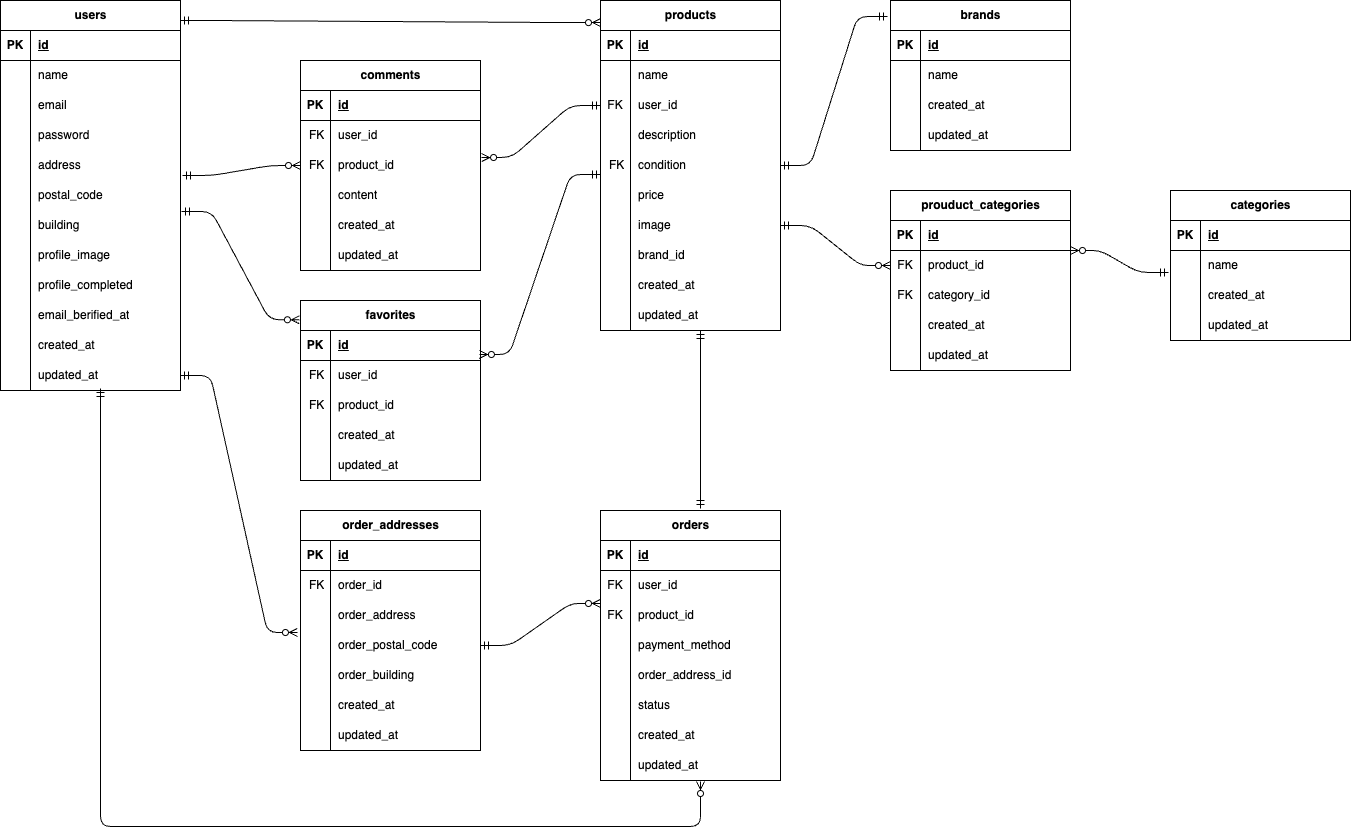
Earlier version of the draw.io export src/public/er-diagram.png (yurikoUe/mock-furima). Source tidied: cells renumbered, new cells last; positions are measured from the earlier drawing's top-left corner, leaving out a move shared by most shapes.
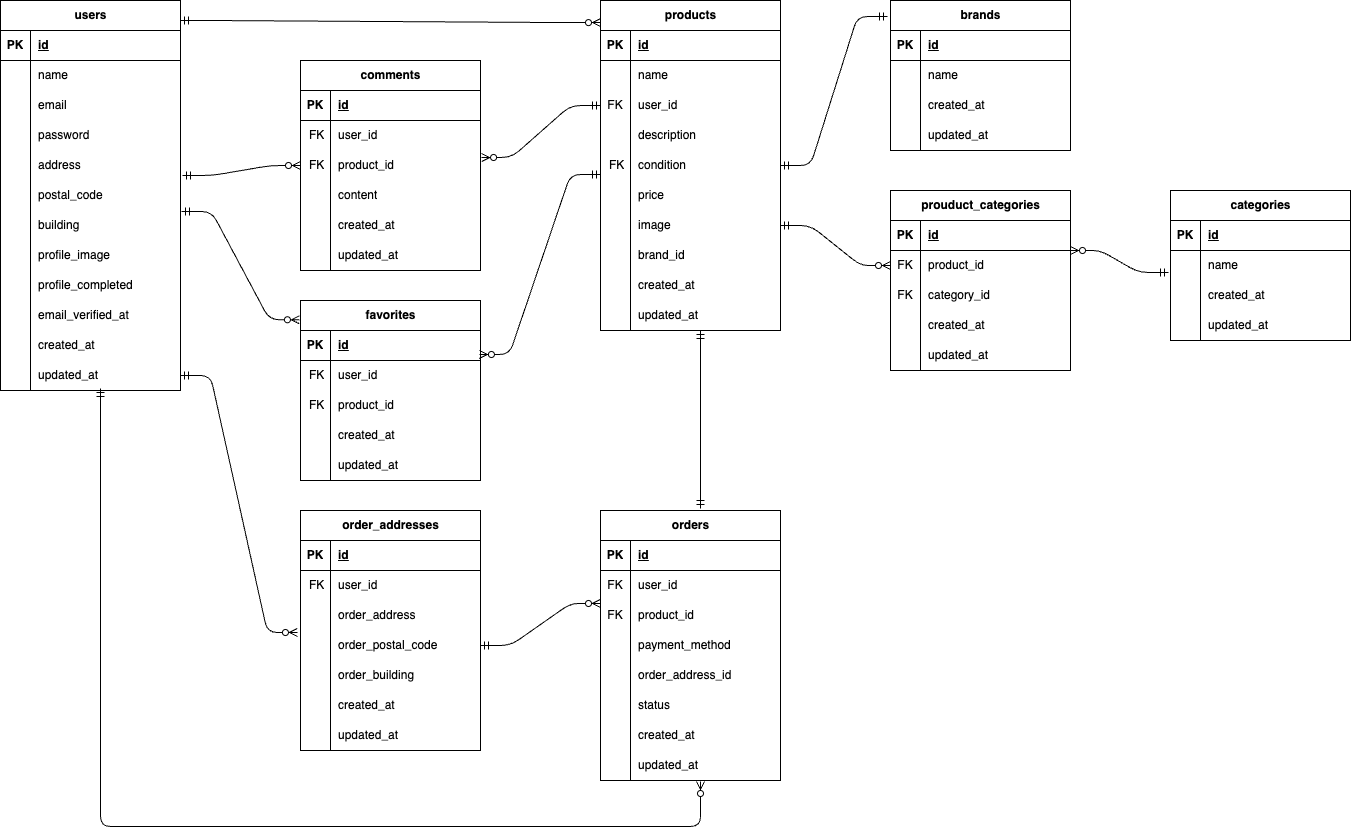
After the commit.

Commit message:
ER図修正、送付先住所変更時のバグを修正

What changed in the source:
```diff
@@ -92,7 +92,7 @@
     <mxCell id="31" style="shape=partialRectangle;fillColor=none;top=0;left=0;bottom=0;right=0;overflow=hidden;whiteSpace=wrap;html=1;fontColor=#000000;" parent="30" vertex="1">
       <mxGeometry width="30" height="30" as="geometry" />
     </mxCell>
-    <mxCell id="32" value="&lt;font style=&quot;&quot;&gt;email_berified_at&lt;/font&gt;" style="shape=partialRectangle;fillColor=none;top=0;left=0;bottom=0;right=0;align=left;spacingLeft=6;overflow=hidden;whiteSpace=wrap;html=1;fontColor=#000000;" parent="30" vertex="1">
+    <mxCell id="32" value="&lt;font style=&quot;&quot;&gt;email_verified_at&lt;/font&gt;" style="shape=partialRectangle;fillColor=none;top=0;left=0;bottom=0;right=0;align=left;spacingLeft=6;overflow=hidden;whiteSpace=wrap;html=1;fontColor=#000000;" parent="30" vertex="1">
       <mxGeometry x="30" width="150" height="30" as="geometry" />
     </mxCell>
     <mxCell id="33" style="shape=tableRow;horizontal=0;startSize=0;swimlaneHead=0;swimlaneBody=0;fillColor=none;top=0;left=0;right=0;bottom=0;fontColor=#000000;" parent="2" vertex="1">
@@ -530,7 +530,7 @@
     <mxCell id="177" value="&amp;nbsp;FK" style="shape=partialRectangle;fillColor=none;top=0;left=0;bottom=0;right=0;overflow=hidden;whiteSpace=wrap;html=1;fontColor=#000000;" parent="176" vertex="1">
       <mxGeometry width="30" height="30" as="geometry" />
     </mxCell>
-    <mxCell id="178" value="order_id" style="shape=partialRectangle;fillColor=none;top=0;left=0;bottom=0;right=0;align=left;spacingLeft=6;overflow=hidden;whiteSpace=wrap;html=1;fontColor=#000000;" parent="176" vertex="1">
+    <mxCell id="178" value="user_id" style="shape=partialRectangle;fillColor=none;top=0;left=0;bottom=0;right=0;align=left;spacingLeft=6;overflow=hidden;whiteSpace=wrap;html=1;fontColor=#000000;" parent="176" vertex="1">
       <mxGeometry x="30" width="150" height="30" as="geometry" />
     </mxCell>
     <mxCell id="179" style="shape=tableRow;horizontal=0;startSize=0;swimlaneHead=0;swimlaneBody=0;fillColor=none;top=0;left=0;right=0;bottom=0;fontColor=#000000;" parent="172" vertex="1">
```
